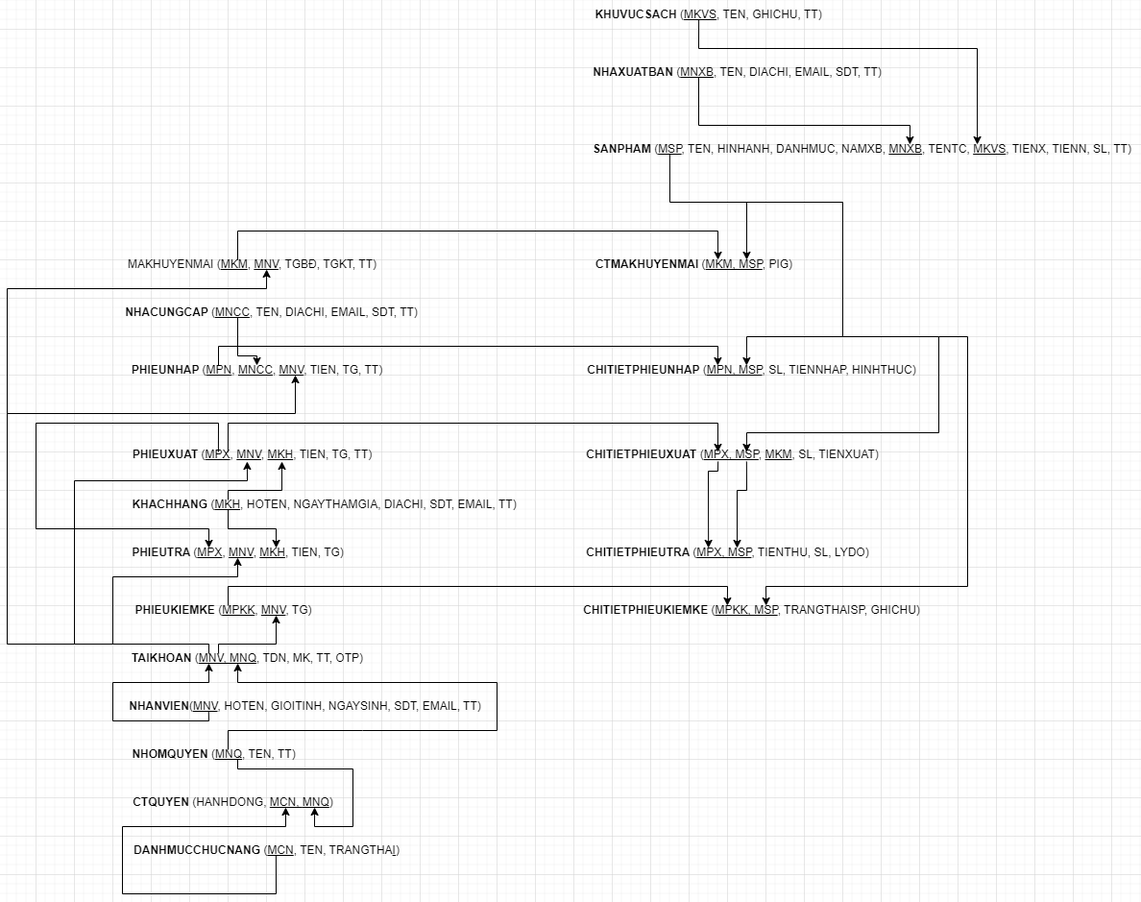
The draw.io diagram BaoCaoPTTKHTTT/MHQH.png in Remilia172112/AppThuVien-JAVA-PTTKHTTT, before a commit. Source tidied: cells renumbered, new cells last; positions are measured from the earlier drawing's top-left corner, leaving out a move shared by most shapes.
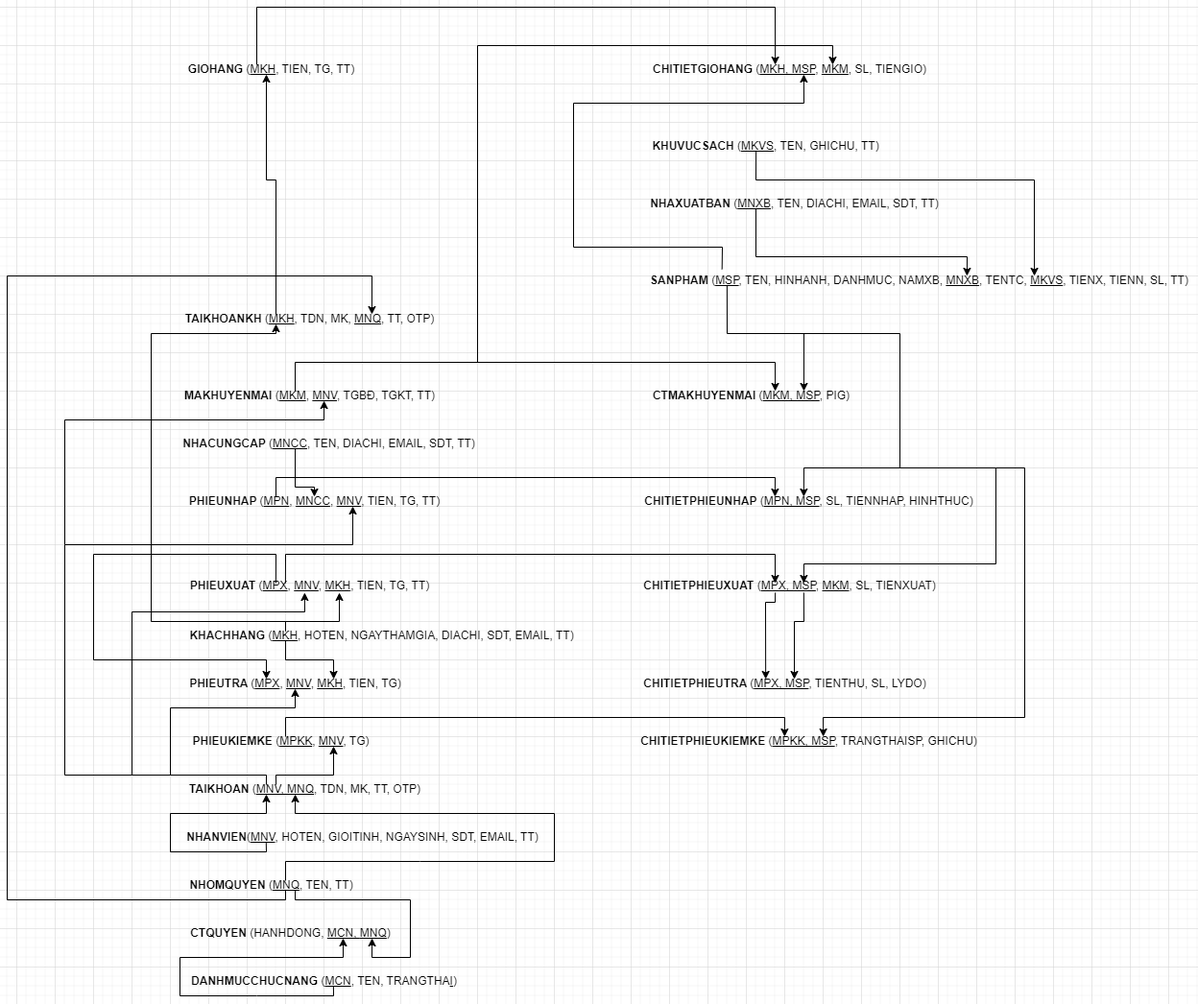
After the change.

Change to the diagram source:
```diff
@@ -34,8 +34,9 @@
     <mxCell id="9" style="endArrow=classic;html=1;rounded=0;entryX=0.739;entryY=0.667;entryDx=0;entryDy=0;entryPerimeter=0;exitX=0.533;exitY=0.667;exitDx=0;exitDy=0;exitPerimeter=0;" parent="1" edge="1" source="7" target="6">
       <mxGeometry relative="1" as="geometry">
         <Array as="points">
-          <mxPoint x="280" y="930" />
-          <mxPoint x="120" y="930" />
+          <mxPoint x="280" y="900" />
+          <mxPoint x="200" y="900" />
+          <mxPoint x="120" y="900" />
           <mxPoint x="120" y="860" />
           <mxPoint x="290" y="860" />
         </Array>
@@ -206,7 +207,7 @@
         </Array>
       </mxGeometry>
     </mxCell>
-    <mxCell id="34" value="MAKHUYENMAI (&lt;u&gt;MKM&lt;/u&gt;, &lt;u&gt;MNV&lt;/u&gt;, TGBĐ, TGKT, TT)" style="text;html=1;align=center;verticalAlign=middle;points=[];strokeColor=none;fillColor=none;" parent="1" vertex="1">
+    <mxCell id="34" value="&lt;b&gt;MAKHUYENMAI&lt;/b&gt; (&lt;u&gt;MKM&lt;/u&gt;, &lt;u&gt;MNV&lt;/u&gt;, TGBĐ, TGKT, TT)" style="text;html=1;align=center;verticalAlign=middle;points=[];strokeColor=none;fillColor=none;" parent="1" vertex="1">
       <mxGeometry x="115" y="260" width="280" height="30" as="geometry" />
     </mxCell>
     <mxCell id="35" style="endArrow=classic;html=1;rounded=0;entryX=0.554;entryY=0.667;entryDx=0;entryDy=0;entryPerimeter=0;" parent="1" edge="1" target="34">
@@ -290,5 +291,70 @@
         </Array>
       </mxGeometry>
     </mxCell>
+    <mxCell id="47" value="&lt;b&gt;TAIKHOANKH&lt;/b&gt; (&lt;u&gt;MKH&lt;/u&gt;, TDN, MK, &lt;u&gt;MNQ&lt;/u&gt;, TT, OTP)" style="text;html=1;align=center;verticalAlign=middle;points=[];strokeColor=none;fillColor=none;" parent="1" vertex="1">
+      <mxGeometry x="115" y="180" width="280" height="30" as="geometry" />
+    </mxCell>
+    <mxCell id="48" style="endArrow=classic;html=1;rounded=0;entryX=0.375;entryY=0.667;entryDx=0;entryDy=0;entryPerimeter=0;" parent="1" edge="1" target="47">
+      <mxGeometry relative="1" as="geometry">
+        <mxPoint x="230" y="520" as="sourcePoint" />
+        <Array as="points">
+          <mxPoint x="230" y="510" />
+          <mxPoint x="90" y="510" />
+          <mxPoint x="90" y="210" />
+          <mxPoint x="220" y="210" />
+        </Array>
+      </mxGeometry>
+    </mxCell>
+    <mxCell id="49" style="endArrow=classic;html=1;rounded=0;exitX=0.579;exitY=0.667;exitDx=0;exitDy=0;exitPerimeter=0;entryX=0.732;entryY=0.333;entryDx=0;entryDy=0;entryPerimeter=0;" parent="1" edge="1" source="5" target="47">
+      <mxGeometry relative="1" as="geometry">
+        <Array as="points">
+          <mxPoint x="230" y="800" />
+          <mxPoint x="-60" y="800" />
+          <mxPoint x="-60" y="150" />
+          <mxPoint x="320" y="150" />
+        </Array>
+      </mxGeometry>
+    </mxCell>
+    <mxCell id="50" value="&lt;b&gt;GIOHANG&lt;/b&gt; (&lt;u&gt;MKH&lt;/u&gt;, TIEN, TG, TT)" style="text;html=1;align=center;verticalAlign=middle;points=[];strokeColor=none;fillColor=none;" parent="1" vertex="1">
+      <mxGeometry x="115" y="-80" width="200" height="30" as="geometry" />
+    </mxCell>
+    <mxCell id="51" value="&lt;b&gt;CHITIETGIOHANG&lt;/b&gt; (&lt;u&gt;MKH, MSP&lt;/u&gt;, &lt;u&gt;MKM&lt;/u&gt;, SL, TIENGIO)" style="text;html=1;align=center;verticalAlign=middle;points=[];strokeColor=none;fillColor=none;" parent="1" vertex="1">
+      <mxGeometry x="600" y="-80" width="310" height="30" as="geometry" />
+    </mxCell>
+    <mxCell id="52" style="endArrow=classic;html=1;rounded=0;exitX=0.146;exitY=0.098;exitDx=0;exitDy=0;exitPerimeter=0;entryX=0.548;entryY=0.667;entryDx=0;entryDy=0;entryPerimeter=0;" parent="1" edge="1" source="38" target="51">
+      <mxGeometry relative="1" as="geometry">
+        <Array as="points">
+          <mxPoint x="685" y="120" />
+          <mxPoint x="530" y="120" />
+          <mxPoint x="530" y="-30" />
+          <mxPoint x="770" y="-30" />
+        </Array>
+      </mxGeometry>
+    </mxCell>
+    <mxCell id="53" style="endArrow=classic;html=1;rounded=0;exitX=0.375;exitY=0.333;exitDx=0;exitDy=0;exitPerimeter=0;entryX=0.475;entryY=0.667;entryDx=0;entryDy=0;entryPerimeter=0;" parent="1" edge="1" source="47" target="50">
+      <mxGeometry relative="1" as="geometry">
+        <Array as="points">
+          <mxPoint x="220" y="50" />
+          <mxPoint x="210" y="50" />
+        </Array>
+      </mxGeometry>
+    </mxCell>
+    <mxCell id="54" style="endArrow=classic;html=1;rounded=0;exitX=0.425;exitY=0.333;exitDx=0;exitDy=0;exitPerimeter=0;entryX=0.452;entryY=0.333;entryDx=0;entryDy=0;entryPerimeter=0;" parent="1" edge="1" source="50" target="51">
+      <mxGeometry relative="1" as="geometry">
+        <Array as="points">
+          <mxPoint x="200" y="-130" />
+          <mxPoint x="740" y="-130" />
+        </Array>
+      </mxGeometry>
+    </mxCell>
+    <mxCell id="55" style="endArrow=classic;html=1;rounded=0;entryX=0.645;entryY=0.333;entryDx=0;entryDy=0;entryPerimeter=0;" parent="1" edge="1" target="51">
+      <mxGeometry relative="1" as="geometry">
+        <mxPoint x="430" y="240" as="sourcePoint" />
+        <Array as="points">
+          <mxPoint x="430" y="-90" />
+          <mxPoint x="800" y="-90" />
+        </Array>
+      </mxGeometry>
+    </mxCell>
   </root>
 </mxGraphModel>
```
